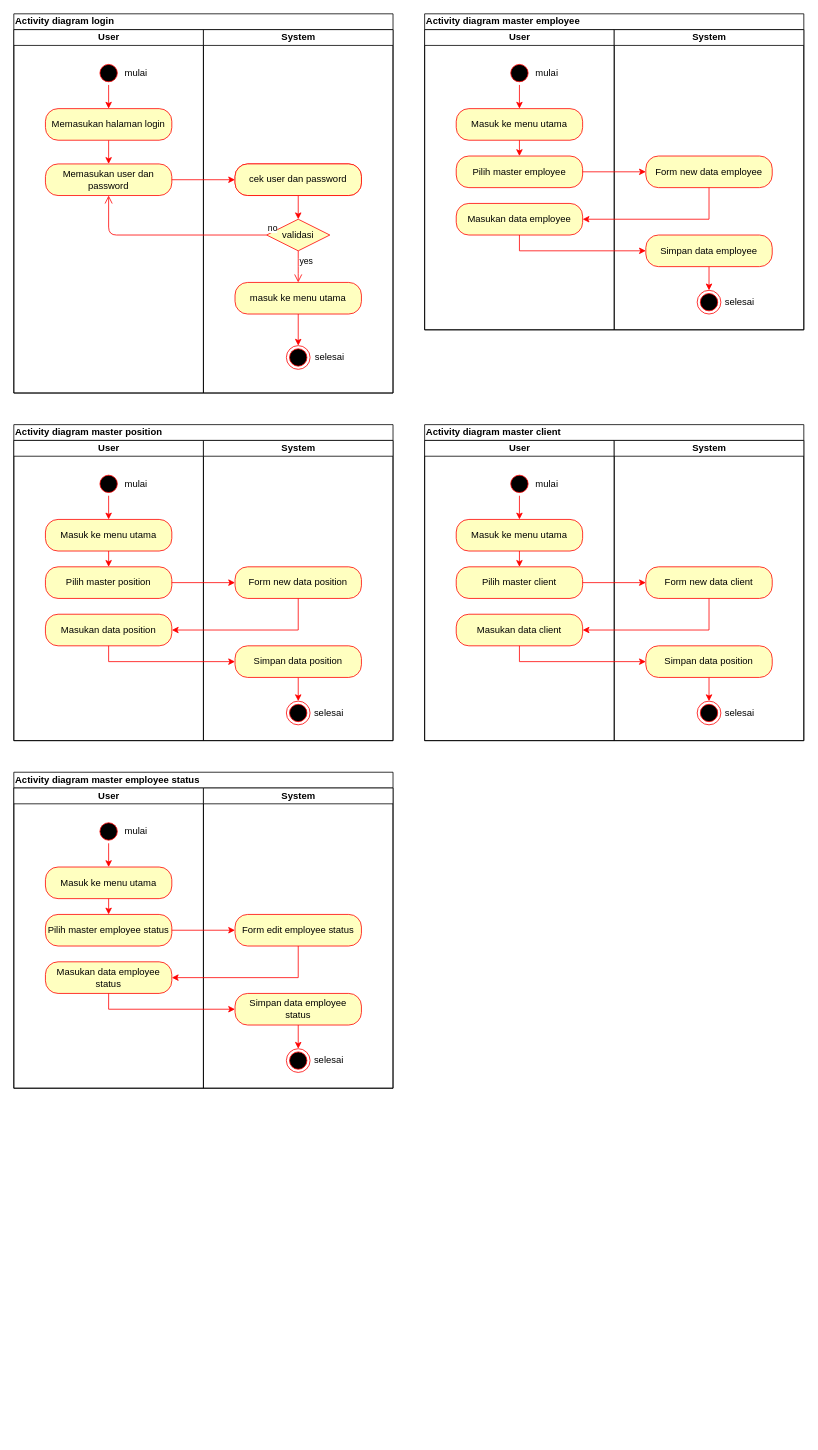
The draw.io diagram page "ad-login" (5 of 6) of Penulisan/Bab 3.drawio in w4hyud1/leni_karyawan, before the edit. Source tidied: cells renumbered, new cells numbered last; positions are measured from the earlier drawing's top-left corner, leaving out a move shared by most shapes. Both pictures are drawn from the tidied source at 79%, with x=0, y=0 at pixel (13, 13).
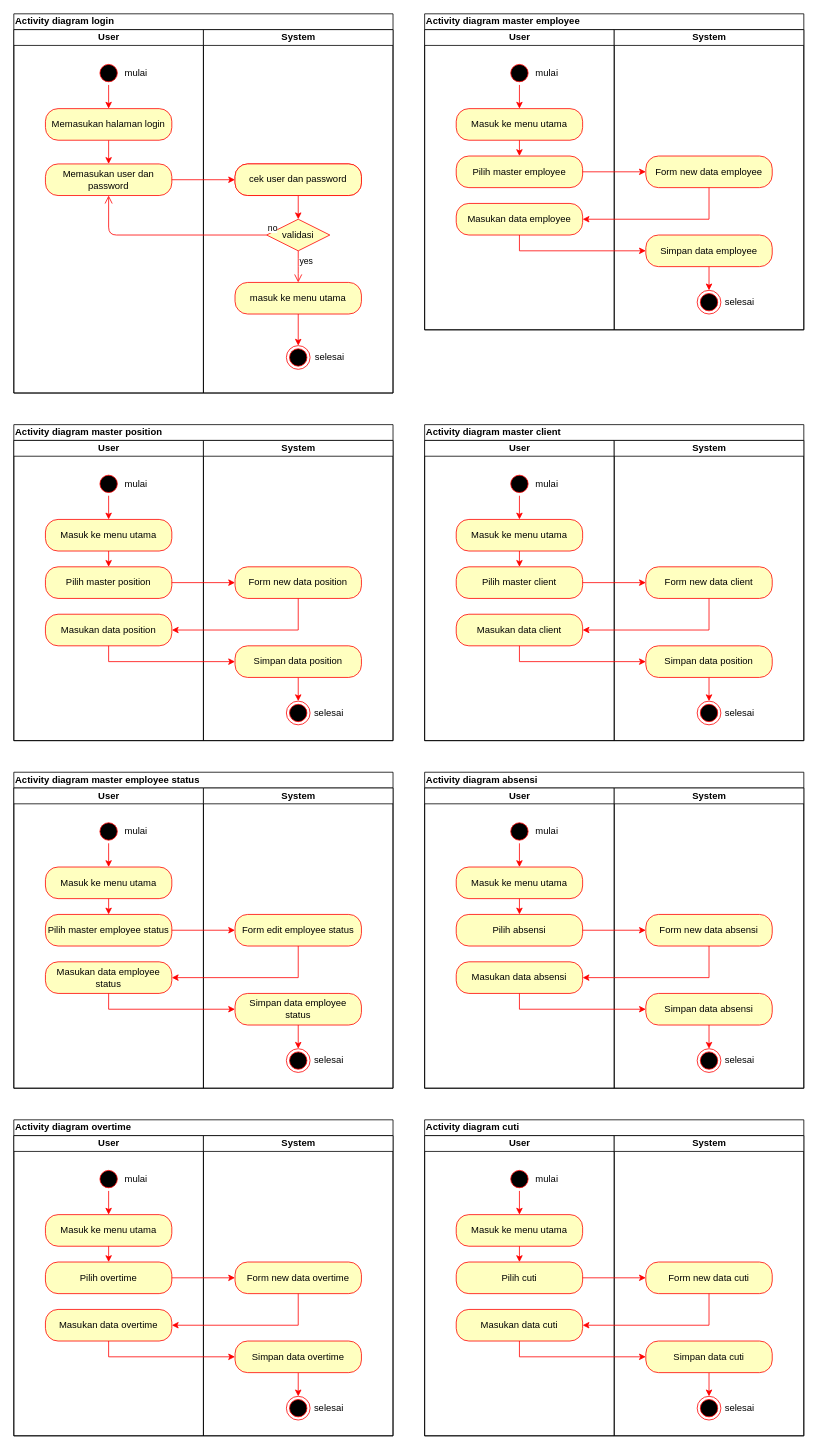
The same page after the edit.

The edit, as a diff of the source:
```diff
@@
+    <mxCell id="94" value="Activity diagram absensi" style="swimlane;html=1;startSize=20;sketch=0;strokeColor=#000000;strokeWidth=1;fillColor=none;align=left;" parent="1" vertex="1">
+      <mxGeometry x="520" y="960" width="480" height="400" as="geometry" />
+    </mxCell>
+    <mxCell id="95" value="User" style="swimlane;html=1;startSize=20;" parent="94" vertex="1">
+      <mxGeometry y="20" width="240" height="380" as="geometry" />
+    </mxCell>
+    <mxCell id="96" style="edgeStyle=none;rounded=0;jettySize=auto;html=1;exitX=0.5;exitY=1;exitDx=0;exitDy=0;entryX=0.5;entryY=0;entryDx=0;entryDy=0;endArrow=classic;endFill=1;strokeColor=#FF0000;" parent="95" edge="1" source="97" target="98">
+      <mxGeometry relative="1" as="geometry" />
+    </mxCell>
+    <mxCell id="97" style="ellipse;html=1;shape=startState;fillColor=#000000;strokeColor=#ff0000;sketch=0;align=left;" parent="95" vertex="1">
+      <mxGeometry x="105" y="40" width="30" height="30" as="geometry" />
+    </mxCell>
+    <mxCell id="98" value="Masuk ke menu utama" style="rounded=1;whiteSpace=wrap;html=1;arcSize=40;fontColor=#000000;fillColor=#ffffc0;strokeColor=#ff0000;sketch=0;align=center;" parent="95" vertex="1">
+      <mxGeometry x="40" y="100" width="160" height="40" as="geometry" />
+    </mxCell>
+    <mxCell id="99" value="mulai" style="text;html=1;strokeColor=none;fillColor=none;align=center;verticalAlign=middle;whiteSpace=wrap;rounded=0;sketch=0;" parent="95" vertex="1">
+      <mxGeometry x="135" y="45" width="40" height="20" as="geometry" />
+    </mxCell>
+    <mxCell id="100" value="Masukan data absensi" style="rounded=1;whiteSpace=wrap;html=1;arcSize=40;fontColor=#000000;fillColor=#ffffc0;strokeColor=#ff0000;sketch=0;align=center;" parent="95" vertex="1">
+      <mxGeometry x="40" y="220" width="160" height="40" as="geometry" />
+    </mxCell>
+    <mxCell id="101" value="System" style="swimlane;html=1;startSize=20;" parent="94" vertex="1">
+      <mxGeometry x="240" y="20" width="240" height="380" as="geometry" />
+    </mxCell>
+    <mxCell id="102" style="edgeStyle=none;rounded=0;jettySize=auto;html=1;exitX=0.5;exitY=1;exitDx=0;exitDy=0;entryX=0.5;entryY=0;entryDx=0;entryDy=0;endArrow=classic;endFill=1;strokeColor=#FF0000;" parent="101" edge="1" source="103" target="104">
+      <mxGeometry relative="1" as="geometry" />
+    </mxCell>
+    <mxCell id="103" value="Simpan data absensi" style="rounded=1;whiteSpace=wrap;html=1;arcSize=40;fontColor=#000000;fillColor=#ffffc0;strokeColor=#ff0000;sketch=0;align=center;" parent="101" vertex="1">
+      <mxGeometry x="40" y="260" width="160" height="40" as="geometry" />
+    </mxCell>
+    <mxCell id="104" style="ellipse;html=1;shape=endState;fillColor=#000000;strokeColor=#ff0000;sketch=0;align=center;" parent="101" vertex="1">
+      <mxGeometry x="105" y="330" width="30" height="30" as="geometry" />
+    </mxCell>
+    <mxCell id="105" value="selesai" style="text;html=1;strokeColor=none;fillColor=none;align=center;verticalAlign=middle;whiteSpace=wrap;rounded=0;sketch=0;" parent="101" vertex="1">
+      <mxGeometry x="139" y="335" width="40" height="20" as="geometry" />
+    </mxCell>
+    <mxCell id="106" value="Form new data absensi" style="rounded=1;whiteSpace=wrap;html=1;arcSize=40;fontColor=#000000;fillColor=#ffffc0;strokeColor=#ff0000;sketch=0;align=center;" parent="101" vertex="1">
+      <mxGeometry x="40" y="160" width="160" height="40" as="geometry" />
+    </mxCell>
+    <mxCell id="107" value="Pilih absensi" style="rounded=1;whiteSpace=wrap;html=1;arcSize=40;fontColor=#000000;fillColor=#ffffc0;strokeColor=#ff0000;sketch=0;align=center;" parent="101" vertex="1">
+      <mxGeometry x="-200" y="160" width="160" height="40" as="geometry" />
+    </mxCell>
+    <mxCell id="108" style="edgeStyle=none;rounded=0;jettySize=auto;html=1;exitX=1;exitY=0.5;exitDx=0;exitDy=0;entryX=0;entryY=0.5;entryDx=0;entryDy=0;endArrow=classic;endFill=1;strokeColor=#FF0000;" parent="101" edge="1" source="107">
+      <mxGeometry relative="1" as="geometry">
+        <mxPoint x="40" y="180" as="targetPoint" />
+      </mxGeometry>
+    </mxCell>
+    <mxCell id="109" style="edgeStyle=none;rounded=0;jettySize=auto;html=1;exitX=0.5;exitY=1;exitDx=0;exitDy=0;entryX=0.5;entryY=0;entryDx=0;entryDy=0;endArrow=classic;endFill=1;strokeColor=#FF0000;" parent="94" edge="1" source="98" target="107">
+      <mxGeometry relative="1" as="geometry" />
+    </mxCell>
+    <mxCell id="110" style="edgeStyle=orthogonalEdgeStyle;rounded=0;jettySize=auto;html=1;exitX=0.5;exitY=1;exitDx=0;exitDy=0;entryX=0;entryY=0.5;entryDx=0;entryDy=0;strokeColor=#FF0000;" parent="94" edge="1" source="100" target="103">
+      <mxGeometry relative="1" as="geometry" />
+    </mxCell>
+    <mxCell id="111" style="edgeStyle=orthogonalEdgeStyle;rounded=0;jettySize=auto;html=1;exitX=0.5;exitY=1;exitDx=0;exitDy=0;entryX=1;entryY=0.5;entryDx=0;entryDy=0;fontColor=#FF0000;strokeColor=#FF0000;" parent="94" edge="1" source="106" target="100">
+      <mxGeometry relative="1" as="geometry" />
+    </mxCell>
+    <mxCell id="112" value="Activity diagram overtime" style="swimlane;html=1;startSize=20;sketch=0;strokeColor=#000000;strokeWidth=1;fillColor=none;align=left;" parent="1" vertex="1">
+      <mxGeometry y="1400" width="480" height="400" as="geometry" />
+    </mxCell>
+    <mxCell id="113" value="User" style="swimlane;html=1;startSize=20;" parent="112" vertex="1">
+      <mxGeometry y="20" width="240" height="380" as="geometry" />
+    </mxCell>
+    <mxCell id="114" style="edgeStyle=none;rounded=0;jettySize=auto;html=1;exitX=0.5;exitY=1;exitDx=0;exitDy=0;entryX=0.5;entryY=0;entryDx=0;entryDy=0;endArrow=classic;endFill=1;strokeColor=#FF0000;" parent="113" edge="1" source="115" target="116">
+      <mxGeometry relative="1" as="geometry" />
+    </mxCell>
+    <mxCell id="115" style="ellipse;html=1;shape=startState;fillColor=#000000;strokeColor=#ff0000;sketch=0;align=left;" parent="113" vertex="1">
+      <mxGeometry x="105" y="40" width="30" height="30" as="geometry" />
+    </mxCell>
+    <mxCell id="116" value="Masuk ke menu utama" style="rounded=1;whiteSpace=wrap;html=1;arcSize=40;fontColor=#000000;fillColor=#ffffc0;strokeColor=#ff0000;sketch=0;align=center;" parent="113" vertex="1">
+      <mxGeometry x="40" y="100" width="160" height="40" as="geometry" />
+    </mxCell>
+    <mxCell id="117" value="mulai" style="text;html=1;strokeColor=none;fillColor=none;align=center;verticalAlign=middle;whiteSpace=wrap;rounded=0;sketch=0;" parent="113" vertex="1">
+      <mxGeometry x="135" y="45" width="40" height="20" as="geometry" />
+    </mxCell>
+    <mxCell id="118" value="Masukan data overtime" style="rounded=1;whiteSpace=wrap;html=1;arcSize=40;fontColor=#000000;fillColor=#ffffc0;strokeColor=#ff0000;sketch=0;align=center;" parent="113" vertex="1">
+      <mxGeometry x="40" y="220" width="160" height="40" as="geometry" />
+    </mxCell>
+    <mxCell id="119" value="System" style="swimlane;html=1;startSize=20;" parent="112" vertex="1">
+      <mxGeometry x="240" y="20" width="240" height="380" as="geometry" />
+    </mxCell>
+    <mxCell id="120" style="edgeStyle=none;rounded=0;jettySize=auto;html=1;exitX=0.5;exitY=1;exitDx=0;exitDy=0;entryX=0.5;entryY=0;entryDx=0;entryDy=0;endArrow=classic;endFill=1;strokeColor=#FF0000;" parent="119" edge="1" source="121" target="122">
+      <mxGeometry relative="1" as="geometry" />
+    </mxCell>
+    <mxCell id="121" value="Simpan data overtime" style="rounded=1;whiteSpace=wrap;html=1;arcSize=40;fontColor=#000000;fillColor=#ffffc0;strokeColor=#ff0000;sketch=0;align=center;" parent="119" vertex="1">
+      <mxGeometry x="40" y="260" width="160" height="40" as="geometry" />
+    </mxCell>
+    <mxCell id="122" style="ellipse;html=1;shape=endState;fillColor=#000000;strokeColor=#ff0000;sketch=0;align=center;" parent="119" vertex="1">
+      <mxGeometry x="105" y="330" width="30" height="30" as="geometry" />
+    </mxCell>
+    <mxCell id="123" value="selesai" style="text;html=1;strokeColor=none;fillColor=none;align=center;verticalAlign=middle;whiteSpace=wrap;rounded=0;sketch=0;" parent="119" vertex="1">
+      <mxGeometry x="139" y="335" width="40" height="20" as="geometry" />
+    </mxCell>
+    <mxCell id="124" value="Form new data overtime" style="rounded=1;whiteSpace=wrap;html=1;arcSize=40;fontColor=#000000;fillColor=#ffffc0;strokeColor=#ff0000;sketch=0;align=center;" parent="119" vertex="1">
+      <mxGeometry x="40" y="160" width="160" height="40" as="geometry" />
+    </mxCell>
+    <mxCell id="125" value="Pilih overtime" style="rounded=1;whiteSpace=wrap;html=1;arcSize=40;fontColor=#000000;fillColor=#ffffc0;strokeColor=#ff0000;sketch=0;align=center;" parent="119" vertex="1">
+      <mxGeometry x="-200" y="160" width="160" height="40" as="geometry" />
+    </mxCell>
+    <mxCell id="126" style="edgeStyle=none;rounded=0;jettySize=auto;html=1;exitX=1;exitY=0.5;exitDx=0;exitDy=0;entryX=0;entryY=0.5;entryDx=0;entryDy=0;endArrow=classic;endFill=1;strokeColor=#FF0000;" parent="119" edge="1" source="125">
+      <mxGeometry relative="1" as="geometry">
+        <mxPoint x="40" y="180" as="targetPoint" />
+      </mxGeometry>
+    </mxCell>
+    <mxCell id="127" style="edgeStyle=none;rounded=0;jettySize=auto;html=1;exitX=0.5;exitY=1;exitDx=0;exitDy=0;entryX=0.5;entryY=0;entryDx=0;entryDy=0;endArrow=classic;endFill=1;strokeColor=#FF0000;" parent="112" edge="1" source="116" target="125">
+      <mxGeometry relative="1" as="geometry" />
+    </mxCell>
+    <mxCell id="128" style="edgeStyle=orthogonalEdgeStyle;rounded=0;jettySize=auto;html=1;exitX=0.5;exitY=1;exitDx=0;exitDy=0;entryX=0;entryY=0.5;entryDx=0;entryDy=0;strokeColor=#FF0000;" parent="112" edge="1" source="118" target="121">
+      <mxGeometry relative="1" as="geometry" />
+    </mxCell>
+    <mxCell id="129" style="edgeStyle=orthogonalEdgeStyle;rounded=0;jettySize=auto;html=1;exitX=0.5;exitY=1;exitDx=0;exitDy=0;entryX=1;entryY=0.5;entryDx=0;entryDy=0;fontColor=#FF0000;strokeColor=#FF0000;" parent="112" edge="1" source="124" target="118">
+      <mxGeometry relative="1" as="geometry" />
+    </mxCell>
+    <mxCell id="130" value="Activity diagram cuti" style="swimlane;html=1;startSize=20;sketch=0;strokeColor=#000000;strokeWidth=1;fillColor=none;align=left;" parent="1" vertex="1">
+      <mxGeometry x="520" y="1400" width="480" height="400" as="geometry" />
+    </mxCell>
+    <mxCell id="131" value="User" style="swimlane;html=1;startSize=20;" parent="130" vertex="1">
+      <mxGeometry y="20" width="240" height="380" as="geometry" />
+    </mxCell>
+    <mxCell id="132" style="edgeStyle=none;rounded=0;jettySize=auto;html=1;exitX=0.5;exitY=1;exitDx=0;exitDy=0;entryX=0.5;entryY=0;entryDx=0;entryDy=0;endArrow=classic;endFill=1;strokeColor=#FF0000;" parent="131" edge="1" source="133" target="134">
+      <mxGeometry relative="1" as="geometry" />
+    </mxCell>
+    <mxCell id="133" style="ellipse;html=1;shape=startState;fillColor=#000000;strokeColor=#ff0000;sketch=0;align=left;" parent="131" vertex="1">
+      <mxGeometry x="105" y="40" width="30" height="30" as="geometry" />
+    </mxCell>
+    <mxCell id="134" value="Masuk ke menu utama" style="rounded=1;whiteSpace=wrap;html=1;arcSize=40;fontColor=#000000;fillColor=#ffffc0;strokeColor=#ff0000;sketch=0;align=center;" parent="131" vertex="1">
+      <mxGeometry x="40" y="100" width="160" height="40" as="geometry" />
+    </mxCell>
+    <mxCell id="135" value="mulai" style="text;html=1;strokeColor=none;fillColor=none;align=center;verticalAlign=middle;whiteSpace=wrap;rounded=0;sketch=0;" parent="131" vertex="1">
+      <mxGeometry x="135" y="45" width="40" height="20" as="geometry" />
+    </mxCell>
+    <mxCell id="136" value="Masukan data cuti" style="rounded=1;whiteSpace=wrap;html=1;arcSize=40;fontColor=#000000;fillColor=#ffffc0;strokeColor=#ff0000;sketch=0;align=center;" parent="131" vertex="1">
+      <mxGeometry x="40" y="220" width="160" height="40" as="geometry" />
+    </mxCell>
+    <mxCell id="137" value="System" style="swimlane;html=1;startSize=20;" parent="130" vertex="1">
+      <mxGeometry x="240" y="20" width="240" height="380" as="geometry" />
+    </mxCell>
+    <mxCell id="138" style="edgeStyle=none;rounded=0;jettySize=auto;html=1;exitX=0.5;exitY=1;exitDx=0;exitDy=0;entryX=0.5;entryY=0;entryDx=0;entryDy=0;endArrow=classic;endFill=1;strokeColor=#FF0000;" parent="137" edge="1" source="139" target="140">
+      <mxGeometry relative="1" as="geometry" />
+    </mxCell>
+    <mxCell id="139" value="Simpan data cuti" style="rounded=1;whiteSpace=wrap;html=1;arcSize=40;fontColor=#000000;fillColor=#ffffc0;strokeColor=#ff0000;sketch=0;align=center;" parent="137" vertex="1">
+      <mxGeometry x="40" y="260" width="160" height="40" as="geometry" />
+    </mxCell>
+    <mxCell id="140" style="ellipse;html=1;shape=endState;fillColor=#000000;strokeColor=#ff0000;sketch=0;align=center;" parent="137" vertex="1">
+      <mxGeometry x="105" y="330" width="30" height="30" as="geometry" />
+    </mxCell>
+    <mxCell id="141" value="selesai" style="text;html=1;strokeColor=none;fillColor=none;align=center;verticalAlign=middle;whiteSpace=wrap;rounded=0;sketch=0;" parent="137" vertex="1">
+      <mxGeometry x="139" y="335" width="40" height="20" as="geometry" />
+    </mxCell>
+    <mxCell id="142" value="Form new data cuti" style="rounded=1;whiteSpace=wrap;html=1;arcSize=40;fontColor=#000000;fillColor=#ffffc0;strokeColor=#ff0000;sketch=0;align=center;" parent="137" vertex="1">
+      <mxGeometry x="40" y="160" width="160" height="40" as="geometry" />
+    </mxCell>
+    <mxCell id="143" value="Pilih cuti" style="rounded=1;whiteSpace=wrap;html=1;arcSize=40;fontColor=#000000;fillColor=#ffffc0;strokeColor=#ff0000;sketch=0;align=center;" parent="137" vertex="1">
+      <mxGeometry x="-200" y="160" width="160" height="40" as="geometry" />
+    </mxCell>
+    <mxCell id="144" style="edgeStyle=none;rounded=0;jettySize=auto;html=1;exitX=1;exitY=0.5;exitDx=0;exitDy=0;entryX=0;entryY=0.5;entryDx=0;entryDy=0;endArrow=classic;endFill=1;strokeColor=#FF0000;" parent="137" edge="1" source="143">
+      <mxGeometry relative="1" as="geometry">
+        <mxPoint x="40" y="180" as="targetPoint" />
+      </mxGeometry>
+    </mxCell>
+    <mxCell id="145" style="edgeStyle=none;rounded=0;jettySize=auto;html=1;exitX=0.5;exitY=1;exitDx=0;exitDy=0;entryX=0.5;entryY=0;entryDx=0;entryDy=0;endArrow=classic;endFill=1;strokeColor=#FF0000;" parent="130" edge="1" source="134" target="143">
+      <mxGeometry relative="1" as="geometry" />
+    </mxCell>
+    <mxCell id="146" style="edgeStyle=orthogonalEdgeStyle;rounded=0;jettySize=auto;html=1;exitX=0.5;exitY=1;exitDx=0;exitDy=0;entryX=0;entryY=0.5;entryDx=0;entryDy=0;strokeColor=#FF0000;" parent="130" edge="1" source="136" target="139">
+      <mxGeometry relative="1" as="geometry" />
+    </mxCell>
+    <mxCell id="147" style="edgeStyle=orthogonalEdgeStyle;rounded=0;jettySize=auto;html=1;exitX=0.5;exitY=1;exitDx=0;exitDy=0;entryX=1;entryY=0.5;entryDx=0;entryDy=0;fontColor=#FF0000;strokeColor=#FF0000;" parent="130" edge="1" source="142" target="136">
+      <mxGeometry relative="1" as="geometry" />
+    </mxCell>
```
